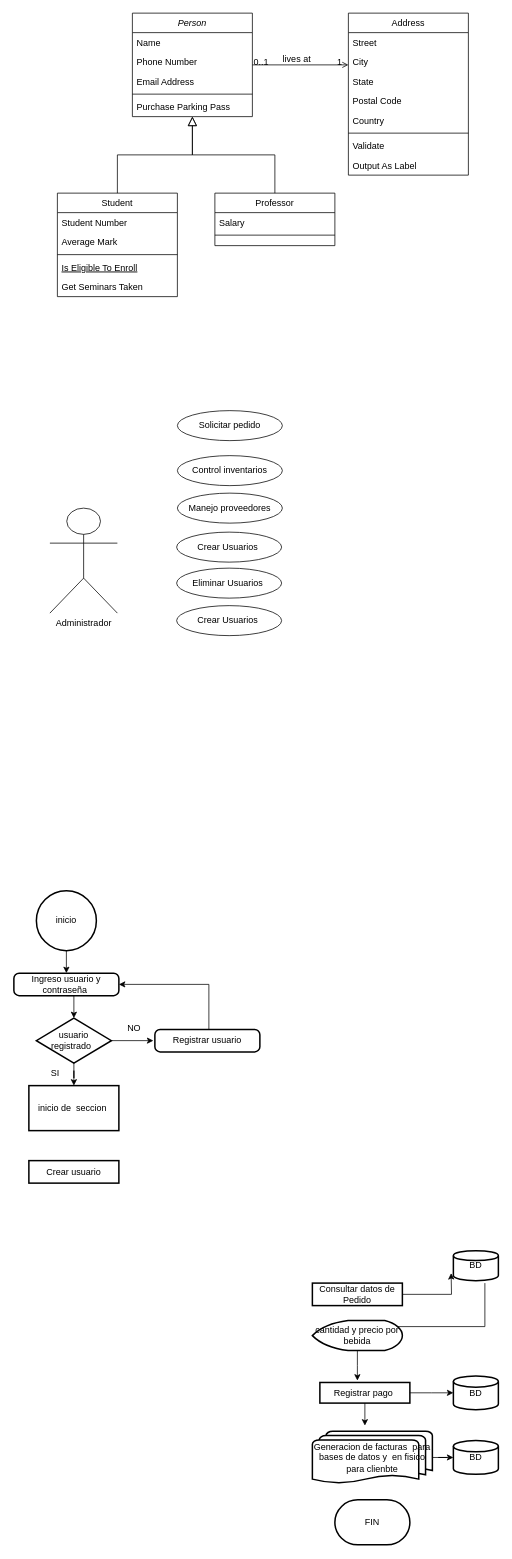
The draw.io diagram page "ADMINISTRADOR" (4 of 4) of UML.drawio in BROC95/JJB_sw, before the edit. Source tidied: cells renumbered, new cells numbered last; positions are measured from the earlier drawing's top-left corner, leaving out a move shared by most shapes. Both pictures are drawn from the tidied source at 75%, with x=0, y=0 at pixel (14, 13).
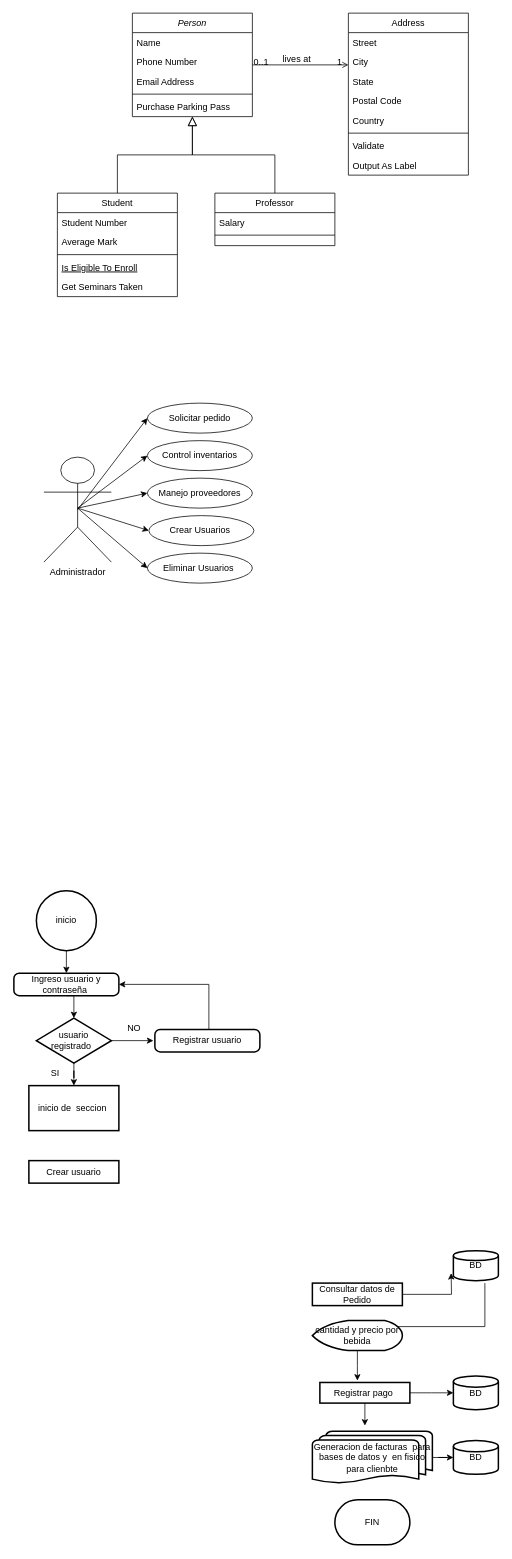
After the change.

The edit, as a diff of the source:
```diff
@@
     <mxCell id="32" value="Administrador" style="shape=umlActor;verticalLabelPosition=bottom;verticalAlign=top;html=1;" parent="1" vertex="1">
-      <mxGeometry x="48" y="660" width="90" height="140" as="geometry" />
+      <mxGeometry x="40" y="592" width="90" height="140" as="geometry" />
     </mxCell>
     <mxCell id="33" value="Solicitar pedido" style="ellipse;whiteSpace=wrap;html=1;" parent="1" vertex="1">
-      <mxGeometry x="218" y="530" width="140" height="40" as="geometry" />
+      <mxGeometry x="178" y="520" width="140" height="40" as="geometry" />
     </mxCell>
     <mxCell id="34" value="Control inventarios" style="ellipse;whiteSpace=wrap;html=1;" parent="1" vertex="1">
-      <mxGeometry x="218" y="590" width="140" height="40" as="geometry" />
+      <mxGeometry x="178" y="570" width="140" height="40" as="geometry" />
     </mxCell>
     <mxCell id="35" value="Manejo proveedores" style="ellipse;whiteSpace=wrap;html=1;" parent="1" vertex="1">
-      <mxGeometry x="218" y="640" width="140" height="40" as="geometry" />
+      <mxGeometry x="178" y="620" width="140" height="40" as="geometry" />
     </mxCell>
     <mxCell id="36" value="Crear Usuarios&amp;nbsp;" style="ellipse;whiteSpace=wrap;html=1;" parent="1" vertex="1">
-      <mxGeometry x="217" y="692" width="140" height="40" as="geometry" />
+      <mxGeometry x="180" y="670" width="140" height="40" as="geometry" />
     </mxCell>
     <mxCell id="37" value="Eliminar Usuarios&amp;nbsp;" style="ellipse;whiteSpace=wrap;html=1;" parent="1" vertex="1">
-      <mxGeometry x="217" y="740" width="140" height="40" as="geometry" />
+      <mxGeometry x="178" y="720" width="140" height="40" as="geometry" />
     </mxCell>
-    <mxCell id="38" value="Crear Usuarios&amp;nbsp;" style="ellipse;whiteSpace=wrap;html=1;" parent="1" vertex="1">
-      <mxGeometry x="217" y="790" width="140" height="40" as="geometry" />
-    </mxCell>
@@
+    <mxCell id="67" style="endArrow=classic;html=1;rounded=0;entryX=0;entryY=0.5;entryDx=0;entryDy=0;exitX=0.5;exitY=0.5;exitDx=0;exitDy=0;exitPerimeter=0;" parent="1" edge="1" source="32" target="33">
+      <mxGeometry relative="1" as="geometry" />
+    </mxCell>
+    <mxCell id="68" style="endArrow=classic;html=1;rounded=0;entryX=0;entryY=0.5;entryDx=0;entryDy=0;exitX=0.5;exitY=0.5;exitDx=0;exitDy=0;exitPerimeter=0;" parent="1" edge="1" target="37">
+      <mxGeometry relative="1" as="geometry">
+        <mxPoint x="85" y="660" as="sourcePoint" />
+      </mxGeometry>
+    </mxCell>
+    <mxCell id="69" style="endArrow=classic;html=1;rounded=0;entryX=0;entryY=0.5;entryDx=0;entryDy=0;exitX=0.5;exitY=0.5;exitDx=0;exitDy=0;exitPerimeter=0;" parent="1" edge="1" target="34">
+      <mxGeometry relative="1" as="geometry">
+        <mxPoint x="85" y="660" as="sourcePoint" />
+      </mxGeometry>
+    </mxCell>
+    <mxCell id="70" style="endArrow=classic;html=1;rounded=0;entryX=0;entryY=0.5;entryDx=0;entryDy=0;exitX=0.5;exitY=0.5;exitDx=0;exitDy=0;exitPerimeter=0;" parent="1" edge="1" target="36">
+      <mxGeometry relative="1" as="geometry">
+        <mxPoint x="85" y="660" as="sourcePoint" />
+      </mxGeometry>
+    </mxCell>
+    <mxCell id="71" style="endArrow=classic;html=1;rounded=0;entryX=0;entryY=0.5;entryDx=0;entryDy=0;exitX=0.5;exitY=0.5;exitDx=0;exitDy=0;exitPerimeter=0;" parent="1" edge="1" target="35">
+      <mxGeometry relative="1" as="geometry">
+        <mxPoint x="85" y="660" as="sourcePoint" />
+      </mxGeometry>
+    </mxCell>
```
